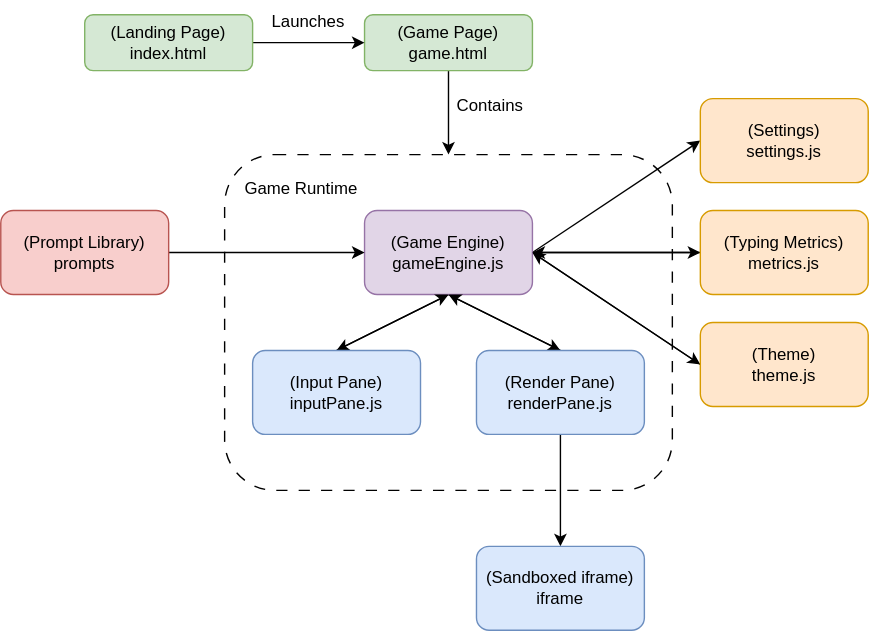
Above: docs/architecture_diagram.svg in cse110-sp26-group23/cse110-sp26-group23 (draw.io), before the change. Source tidied: cells renumbered, new cells last; positions are measured from the earlier drawing's top-left corner, leaving out a move shared by most shapes. The source it was exported from:
```xml
<mxGraphModel background="#ffffff">
  <root>
    <mxCell id="0" />
    <mxCell id="1" parent="0" />
    <mxCell id="2" style="edgeStyle=none;html=1;exitX=0.5;exitY=1;exitDx=0;exitDy=0;entryX=0.5;entryY=0;entryDx=0;entryDy=0;" parent="1" edge="1" source="3" target="7">
      <mxGeometry relative="1" as="geometry" />
    </mxCell>
    <mxCell id="3" value="&lt;div&gt;(Game Page)&lt;/div&gt;game.html" style="rounded=1;whiteSpace=wrap;html=1;fillColor=#d5e8d4;strokeColor=#82b366;" parent="1" vertex="1">
      <mxGeometry x="260" y="10" width="120" height="40" as="geometry" />
    </mxCell>
    <mxCell id="4" style="edgeStyle=none;html=1;exitX=1;exitY=0.5;exitDx=0;exitDy=0;entryX=0;entryY=0.5;entryDx=0;entryDy=0;" parent="1" edge="1" source="5" target="3">
      <mxGeometry relative="1" as="geometry" />
    </mxCell>
    <mxCell id="5" value="&lt;div&gt;(Landing Page)&lt;/div&gt;index.html" style="rounded=1;whiteSpace=wrap;html=1;fillColor=#d5e8d4;strokeColor=#82b366;" parent="1" vertex="1">
      <mxGeometry x="60" y="10" width="120" height="40" as="geometry" />
    </mxCell>
    <mxCell id="6" value="Launches" style="text;html=1;align=center;verticalAlign=middle;whiteSpace=wrap;rounded=0;" parent="1" vertex="1">
      <mxGeometry x="190" width="60" height="30" as="geometry" />
    </mxCell>
    <mxCell id="7" style="rounded=1;whiteSpace=wrap;html=1;fillColor=none;dashed=1;dashPattern=8 8;" parent="1" vertex="1">
      <mxGeometry x="160" y="110" width="320" height="240" as="geometry" />
    </mxCell>
    <mxCell id="8" style="edgeStyle=none;html=1;exitX=0.5;exitY=1;exitDx=0;exitDy=0;entryX=0.5;entryY=0;entryDx=0;entryDy=0;" parent="1" edge="1" source="13" target="17">
      <mxGeometry relative="1" as="geometry" />
    </mxCell>
    <mxCell id="9" style="edgeStyle=none;html=1;exitX=0.5;exitY=1;exitDx=0;exitDy=0;entryX=0.5;entryY=0;entryDx=0;entryDy=0;" parent="1" edge="1" source="13" target="20">
      <mxGeometry relative="1" as="geometry" />
    </mxCell>
    <mxCell id="10" style="edgeStyle=none;html=1;exitX=1;exitY=0.5;exitDx=0;exitDy=0;entryX=0;entryY=0.5;entryDx=0;entryDy=0;" parent="1" edge="1" source="13" target="21">
      <mxGeometry relative="1" as="geometry" />
    </mxCell>
    <mxCell id="11" style="edgeStyle=none;html=1;exitX=1;exitY=0.5;exitDx=0;exitDy=0;entryX=0;entryY=0.5;entryDx=0;entryDy=0;" parent="1" edge="1" source="13" target="23">
      <mxGeometry relative="1" as="geometry" />
    </mxCell>
    <mxCell id="12" style="edgeStyle=none;html=1;exitX=1;exitY=0.5;exitDx=0;exitDy=0;entryX=0;entryY=0.5;entryDx=0;entryDy=0;" parent="1" edge="1" source="13" target="28">
      <mxGeometry relative="1" as="geometry" />
    </mxCell>
    <mxCell id="13" value="&lt;div&gt;(Game Engine)&lt;/div&gt;gameEngine.js" style="rounded=1;whiteSpace=wrap;html=1;fillColor=#e1d5e7;strokeColor=#9673a6;" parent="1" vertex="1">
      <mxGeometry x="260" y="150" width="120" height="60" as="geometry" />
    </mxCell>
    <mxCell id="14" value="Contains" style="text;html=1;align=center;verticalAlign=middle;whiteSpace=wrap;rounded=0;" parent="1" vertex="1">
      <mxGeometry x="320" y="60" width="60" height="30" as="geometry" />
    </mxCell>
    <mxCell id="15" value="Game Runtime" style="text;html=1;align=center;verticalAlign=middle;whiteSpace=wrap;rounded=0;" parent="1" vertex="1">
      <mxGeometry x="170" y="120" width="90" height="30" as="geometry" />
    </mxCell>
    <mxCell id="16" style="edgeStyle=none;html=1;exitX=0.5;exitY=0;exitDx=0;exitDy=0;entryX=0.5;entryY=1;entryDx=0;entryDy=0;" parent="1" edge="1" source="17" target="13">
      <mxGeometry relative="1" as="geometry" />
    </mxCell>
    <mxCell id="17" value="&lt;div&gt;(Input Pane)&lt;/div&gt;inputPane.js" style="rounded=1;whiteSpace=wrap;html=1;fillColor=#dae8fc;strokeColor=#6c8ebf;" parent="1" vertex="1">
      <mxGeometry x="180" y="250" width="120" height="60" as="geometry" />
    </mxCell>
    <mxCell id="18" style="edgeStyle=none;html=1;exitX=0.5;exitY=0;exitDx=0;exitDy=0;entryX=0.5;entryY=1;entryDx=0;entryDy=0;" parent="1" edge="1" source="20" target="13">
      <mxGeometry relative="1" as="geometry" />
    </mxCell>
    <mxCell id="19" style="edgeStyle=none;html=1;exitX=0.5;exitY=1;exitDx=0;exitDy=0;entryX=0.5;entryY=0;entryDx=0;entryDy=0;" parent="1" edge="1" source="20" target="24">
      <mxGeometry relative="1" as="geometry" />
    </mxCell>
    <mxCell id="20" value="&lt;div&gt;(Render Pane)&lt;/div&gt;renderPane.js" style="rounded=1;whiteSpace=wrap;html=1;fillColor=#dae8fc;strokeColor=#6c8ebf;" parent="1" vertex="1">
      <mxGeometry x="340" y="250" width="120" height="60" as="geometry" />
    </mxCell>
    <mxCell id="21" value="&lt;div&gt;(Settings)&lt;/div&gt;settings.js" style="rounded=1;whiteSpace=wrap;html=1;fillColor=#ffe6cc;strokeColor=#d79b00;" parent="1" vertex="1">
      <mxGeometry x="500" y="70" width="120" height="60" as="geometry" />
    </mxCell>
    <mxCell id="22" style="edgeStyle=none;html=1;exitX=0;exitY=0.5;exitDx=0;exitDy=0;entryX=1;entryY=0.5;entryDx=0;entryDy=0;" parent="1" edge="1" source="23" target="13">
      <mxGeometry relative="1" as="geometry" />
    </mxCell>
    <mxCell id="23" value="&lt;div&gt;(Typing Metrics)&lt;/div&gt;metrics.js" style="rounded=1;whiteSpace=wrap;html=1;fillColor=#ffe6cc;strokeColor=#d79b00;" parent="1" vertex="1">
      <mxGeometry x="500" y="150" width="120" height="60" as="geometry" />
    </mxCell>
    <mxCell id="24" value="&lt;div&gt;(Sandboxed iframe)&lt;/div&gt;iframe" style="rounded=1;whiteSpace=wrap;html=1;fillColor=#dae8fc;strokeColor=#6c8ebf;" parent="1" vertex="1">
      <mxGeometry x="340" y="390" width="120" height="60" as="geometry" />
    </mxCell>
    <mxCell id="25" style="edgeStyle=none;html=1;exitX=1;exitY=0.5;exitDx=0;exitDy=0;entryX=0;entryY=0.5;entryDx=0;entryDy=0;" parent="1" edge="1" source="26" target="13">
      <mxGeometry relative="1" as="geometry" />
    </mxCell>
    <mxCell id="26" value="&lt;div&gt;(Prompt Library)&lt;/div&gt;prompts" style="rounded=1;whiteSpace=wrap;html=1;fillColor=#f8cecc;strokeColor=#b85450;" parent="1" vertex="1">
      <mxGeometry y="150" width="120" height="60" as="geometry" />
    </mxCell>
    <mxCell id="27" style="edgeStyle=none;html=1;exitX=0;exitY=0.5;exitDx=0;exitDy=0;entryX=1;entryY=0.5;entryDx=0;entryDy=0;" parent="1" edge="1" source="28" target="13">
      <mxGeometry relative="1" as="geometry" />
    </mxCell>
    <mxCell id="28" value="&lt;div&gt;(Theme)&lt;/div&gt;theme.js" style="rounded=1;whiteSpace=wrap;html=1;fillColor=#ffe6cc;strokeColor=#d79b00;" parent="1" vertex="1">
      <mxGeometry x="500" y="230" width="120" height="60" as="geometry" />
    </mxCell>
  </root>
</mxGraphModel>
```
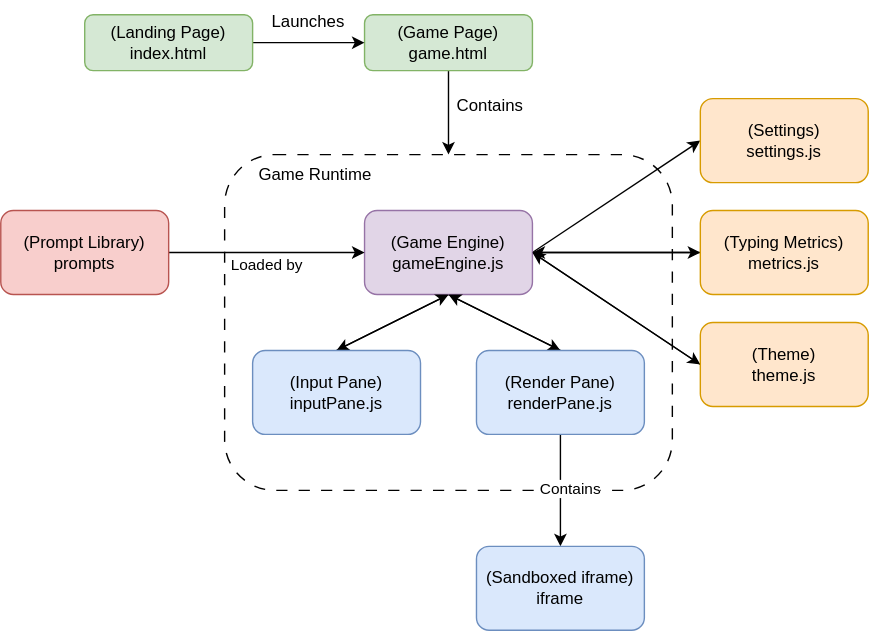
After the commit.

Commit message:
Update architecture_diagram with more details

What changed in the source:
```diff
@@ -41,9 +41,6 @@
     <mxCell id="14" value="Contains" style="text;html=1;align=center;verticalAlign=middle;whiteSpace=wrap;rounded=0;" parent="1" vertex="1">
       <mxGeometry x="320" y="60" width="60" height="30" as="geometry" />
     </mxCell>
-    <mxCell id="15" value="Game Runtime" style="text;html=1;align=center;verticalAlign=middle;whiteSpace=wrap;rounded=0;" parent="1" vertex="1">
-      <mxGeometry x="170" y="120" width="90" height="30" as="geometry" />
-    </mxCell>
     <mxCell id="16" style="edgeStyle=none;html=1;exitX=0.5;exitY=0;exitDx=0;exitDy=0;entryX=0.5;entryY=1;entryDx=0;entryDy=0;" parent="1" edge="1" source="17" target="13">
       <mxGeometry relative="1" as="geometry" />
     </mxCell>
@@ -56,6 +53,9 @@
     <mxCell id="19" style="edgeStyle=none;html=1;exitX=0.5;exitY=1;exitDx=0;exitDy=0;entryX=0.5;entryY=0;entryDx=0;entryDy=0;" parent="1" edge="1" source="20" target="24">
       <mxGeometry relative="1" as="geometry" />
     </mxCell>
+    <mxCell id="29" value="Contains" style="edgeLabel;html=1;align=center;verticalAlign=middle;" parent="19" vertex="1">
+      <mxGeometry x="-0.04" y="6" relative="1" as="geometry" />
+    </mxCell>
     <mxCell id="20" value="&lt;div&gt;(Render Pane)&lt;/div&gt;renderPane.js" style="rounded=1;whiteSpace=wrap;html=1;fillColor=#dae8fc;strokeColor=#6c8ebf;" parent="1" vertex="1">
       <mxGeometry x="340" y="250" width="120" height="60" as="geometry" />
     </mxCell>
@@ -74,6 +74,9 @@
     <mxCell id="25" style="edgeStyle=none;html=1;exitX=1;exitY=0.5;exitDx=0;exitDy=0;entryX=0;entryY=0.5;entryDx=0;entryDy=0;" parent="1" edge="1" source="26" target="13">
       <mxGeometry relative="1" as="geometry" />
     </mxCell>
+    <mxCell id="30" value="Loaded by" style="edgeLabel;html=1;align=center;verticalAlign=middle;" parent="25" vertex="1">
+      <mxGeometry x="-0.01" y="-8" relative="1" as="geometry" />
+    </mxCell>
     <mxCell id="26" value="&lt;div&gt;(Prompt Library)&lt;/div&gt;prompts" style="rounded=1;whiteSpace=wrap;html=1;fillColor=#f8cecc;strokeColor=#b85450;" parent="1" vertex="1">
       <mxGeometry y="150" width="120" height="60" as="geometry" />
     </mxCell>
@@ -83,5 +86,8 @@
     <mxCell id="28" value="&lt;div&gt;(Theme)&lt;/div&gt;theme.js" style="rounded=1;whiteSpace=wrap;html=1;fillColor=#ffe6cc;strokeColor=#d79b00;" parent="1" vertex="1">
       <mxGeometry x="500" y="230" width="120" height="60" as="geometry" />
     </mxCell>
+    <mxCell id="15" value="Game Runtime" style="text;html=1;align=center;verticalAlign=middle;whiteSpace=wrap;rounded=0;" parent="1" vertex="1">
+      <mxGeometry x="180" y="110" width="90" height="30" as="geometry" />
+    </mxCell>
   </root>
 </mxGraphModel>
```
